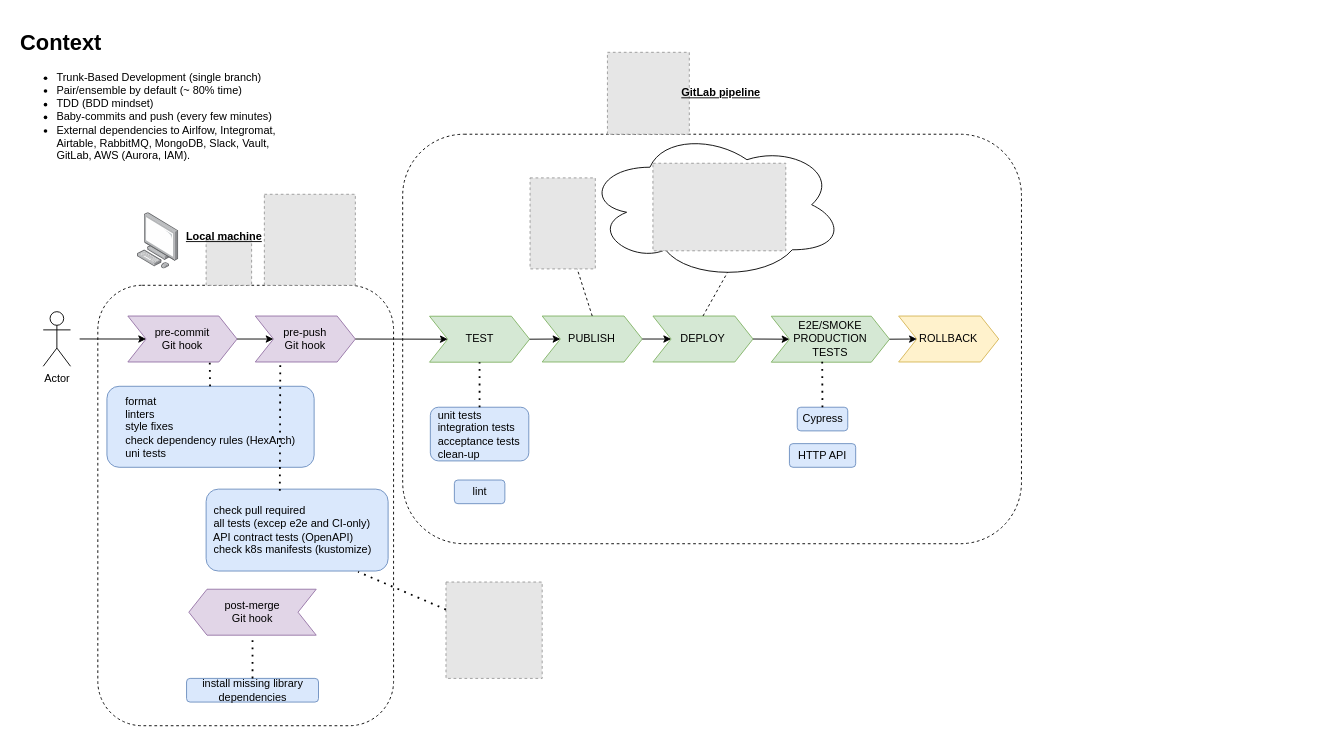
islomar/my-notes keeps this draw.io diagram as page "Habitissimo" (2 of 2) of talk-master-urjc-continuous-deployment/Charla URJC Despliegue Continuo.drawio. Above is the earlier version. Source tidied: cells renumbered, new cells numbered last; positions are measured from the earlier drawing's top-left corner, leaving out a move shared by most shapes. Both pictures are drawn from the tidied source at 91%, with x=0, y=0 at pixel (15, 25). Pictures stored in the file or linked from it are replaced by grey dashed boxes.
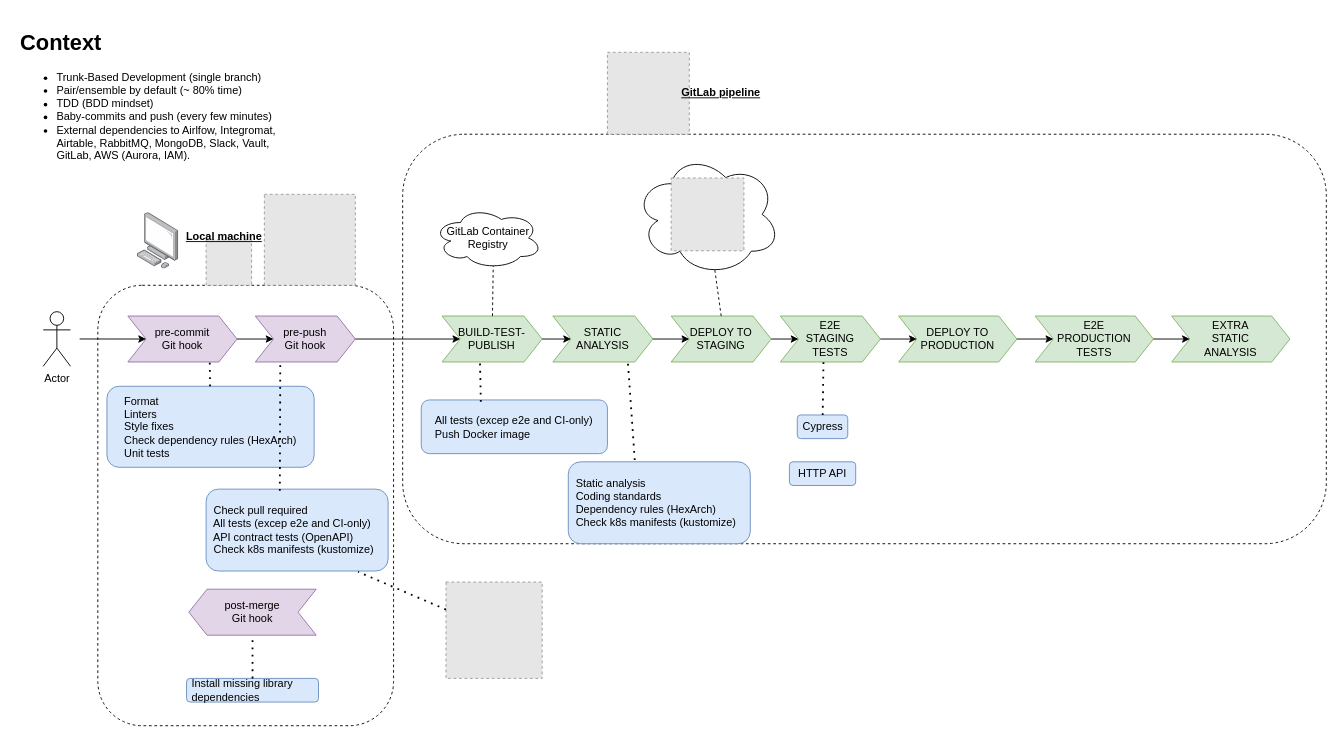
The same diagram, later.

Change to the diagram source:
```diff
@@
     <mxCell id="3" style="rounded=1;whiteSpace=wrap;html=1;dashed=1;" parent="1" vertex="1">
-      <mxGeometry x="425" y="120" width="680" height="450" as="geometry" />
+      <mxGeometry x="425" y="120" width="1015" height="450" as="geometry" />
     </mxCell>
@@
-    <mxCell id="10" style="fillColor=#E6E6E6;strokeColor=#999999;dashed=1;verticalLabelPosition=bottom;labelBackgroundColor=default;verticalAlign=top;" parent="1" vertex="1">
-      <mxGeometry x="565" y="168" width="71.7" height="100" as="geometry" />
-    </mxCell>
@@
-    <mxCell id="13" value="TEST" style="shape=step;perimeter=stepPerimeter;whiteSpace=wrap;html=1;fixedSize=1;fillColor=#d5e8d4;strokeColor=#82b366;" parent="1" vertex="1">
-      <mxGeometry x="454.5" y="320" width="110" height="50.5" as="geometry" />
+    <mxCell id="13" value="BUILD-TEST-PUBLISH" style="shape=step;perimeter=stepPerimeter;whiteSpace=wrap;html=1;fixedSize=1;fillColor=#d5e8d4;strokeColor=#82b366;" parent="1" vertex="1">
+      <mxGeometry x="468.3" y="319.8" width="110" height="50.5" as="geometry" />
     </mxCell>
-    <mxCell id="14" value="PUBLISH" style="shape=step;perimeter=stepPerimeter;whiteSpace=wrap;html=1;fixedSize=1;fillColor=#d5e8d4;strokeColor=#82b366;" parent="1" vertex="1">
-      <mxGeometry x="578.3" y="319.8" width="110" height="50.5" as="geometry" />
+    <mxCell id="14" value="STATIC &lt;br&gt;ANALYSIS" style="shape=step;perimeter=stepPerimeter;whiteSpace=wrap;html=1;fixedSize=1;fillColor=#d5e8d4;strokeColor=#82b366;" parent="1" vertex="1">
+      <mxGeometry x="590" y="319.8" width="110" height="50.5" as="geometry" />
     </mxCell>
-    <mxCell id="15" value="DEPLOY" style="shape=step;perimeter=stepPerimeter;whiteSpace=wrap;html=1;fixedSize=1;fillColor=#d5e8d4;strokeColor=#82b366;" parent="1" vertex="1">
-      <mxGeometry x="700" y="319.8" width="110" height="50.5" as="geometry" />
+    <mxCell id="15" value="DEPLOY TO&lt;br&gt;STAGING" style="shape=step;perimeter=stepPerimeter;whiteSpace=wrap;html=1;fixedSize=1;fillColor=#d5e8d4;strokeColor=#82b366;" parent="1" vertex="1">
+      <mxGeometry x="720" y="319.8" width="110" height="50.5" as="geometry" />
     </mxCell>
-    <mxCell id="16" value="E2E/SMOKE&lt;br&gt;PRODUCTION&lt;br&gt;TESTS" style="shape=step;perimeter=stepPerimeter;whiteSpace=wrap;html=1;fixedSize=1;fillColor=#d5e8d4;strokeColor=#82b366;" parent="1" vertex="1">
-      <mxGeometry x="830" y="320" width="130" height="50.5" as="geometry" />
+    <mxCell id="16" value="E2E&lt;br&gt;STAGING&lt;br&gt;TESTS" style="shape=step;perimeter=stepPerimeter;whiteSpace=wrap;html=1;fixedSize=1;fillColor=#d5e8d4;strokeColor=#82b366;" parent="1" vertex="1">
+      <mxGeometry x="840" y="319.8" width="110" height="50.5" as="geometry" />
     </mxCell>
-    <mxCell id="17" value="ROLLBACK" style="shape=step;perimeter=stepPerimeter;whiteSpace=wrap;html=1;fixedSize=1;fillColor=#fff2cc;strokeColor=#d6b656;" parent="1" vertex="1">
-      <mxGeometry x="970" y="319.8" width="110" height="50.5" as="geometry" />
+    <mxCell id="17" value="DEPLOY TO&lt;br&gt;PRODUCTION" style="shape=step;perimeter=stepPerimeter;whiteSpace=wrap;html=1;fixedSize=1;fillColor=#d5e8d4;strokeColor=#82b366;" parent="1" vertex="1">
+      <mxGeometry x="970" y="319.8" width="130" height="50.5" as="geometry" />
     </mxCell>
-    <mxCell id="18" value="&lt;div style=&quot;text-align: left;&quot;&gt;&lt;span style=&quot;background-color: initial;&quot;&gt;unit tests&lt;/span&gt;&lt;br&gt;&lt;/div&gt;&lt;div style=&quot;text-align: left;&quot;&gt;&lt;span style=&quot;background-color: initial;&quot;&gt;integration tests&lt;/span&gt;&lt;/div&gt;&lt;div style=&quot;text-align: left;&quot;&gt;&lt;span style=&quot;background-color: initial;&quot;&gt;acceptance tests&lt;/span&gt;&lt;/div&gt;&lt;div style=&quot;text-align: left;&quot;&gt;&lt;span style=&quot;background-color: initial;&quot;&gt;clean-up&lt;/span&gt;&lt;/div&gt;" style="rounded=1;whiteSpace=wrap;html=1;fillColor=#dae8fc;strokeColor=#6c8ebf;" parent="1" vertex="1">
-      <mxGeometry x="455.4" y="420" width="108.2" height="59" as="geometry" />
+    <mxCell id="18" value="&lt;div style=&quot;text-align: left;&quot;&gt;All tests (excep e2e and CI-only)&lt;br&gt;&lt;/div&gt;&lt;div style=&quot;text-align: left;&quot;&gt;Push Docker image&lt;/div&gt;" style="rounded=1;whiteSpace=wrap;html=1;fillColor=#dae8fc;strokeColor=#6c8ebf;" parent="1" vertex="1">
+      <mxGeometry x="445.4" y="412" width="204.6" height="59" as="geometry" />
     </mxCell>
-    <mxCell id="19" value="lint" style="rounded=1;whiteSpace=wrap;html=1;fillColor=#dae8fc;strokeColor=#6c8ebf;" parent="1" vertex="1">
-      <mxGeometry x="481.8" y="500" width="55.5" height="26" as="geometry" />
-    </mxCell>
@@
     <mxCell id="24" value="Cypress" style="rounded=1;whiteSpace=wrap;html=1;fillColor=#dae8fc;strokeColor=#6c8ebf;" parent="1" vertex="1">
-      <mxGeometry x="858.6" y="420" width="55.5" height="26" as="geometry" />
+      <mxGeometry x="858.6" y="428.5" width="55.5" height="26" as="geometry" />
     </mxCell>
     <mxCell id="25" value="HTTP API" style="rounded=1;whiteSpace=wrap;html=1;fillColor=#dae8fc;strokeColor=#6c8ebf;" parent="1" vertex="1">
-      <mxGeometry x="850" y="460" width="72.8" height="26" as="geometry" />
+      <mxGeometry x="850" y="480" width="72.8" height="26" as="geometry" />
     </mxCell>
     <mxCell id="26" style="ellipse;shape=cloud;whiteSpace=wrap;html=1;fillColor=none;" parent="1" vertex="1">
-      <mxGeometry x="625.6" y="115" width="284.4" height="165" as="geometry" />
+      <mxGeometry x="680" y="140.6" width="160" height="135" as="geometry" />
     </mxCell>
@@
-    <mxCell id="28" style="endArrow=none;dashed=1;html=1;rounded=0;exitX=0.5;exitY=0;exitDx=0;exitDy=0;" parent="1" edge="1" source="14" target="10">
+    <mxCell id="28" style="endArrow=none;dashed=1;html=1;rounded=0;entryX=0.55;entryY=0.95;entryDx=0;entryDy=0;entryPerimeter=0;" parent="1" edge="1" source="13" target="47">
       <mxGeometry relative="1" as="geometry" />
     </mxCell>
@@
-    <mxCell id="31" value="&lt;div style=&quot;text-align: left;&quot;&gt;&lt;span style=&quot;background-color: initial;&quot;&gt;format&lt;/span&gt;&lt;br&gt;&lt;span style=&quot;background-color: initial;&quot;&gt;linters&lt;/span&gt;&lt;br&gt;&lt;span style=&quot;background-color: initial;&quot;&gt;style fixes&lt;/span&gt;&lt;br&gt;check dependency rules (HexArch)&lt;br&gt;&lt;span style=&quot;background-color: initial;&quot;&gt;uni tests&lt;/span&gt;&lt;br&gt;&lt;/div&gt;" style="rounded=1;whiteSpace=wrap;html=1;fillColor=#dae8fc;strokeColor=#6c8ebf;" parent="1" vertex="1">
+    <mxCell id="31" value="&lt;div style=&quot;text-align: left;&quot;&gt;&lt;span style=&quot;background-color: initial;&quot;&gt;Format&lt;/span&gt;&lt;br&gt;&lt;span style=&quot;background-color: initial;&quot;&gt;Linters&lt;/span&gt;&lt;br&gt;&lt;span style=&quot;background-color: initial;&quot;&gt;Style fixes&lt;/span&gt;&lt;br&gt;Check dependency rules (HexArch)&lt;br&gt;&lt;span style=&quot;background-color: initial;&quot;&gt;Unit tests&lt;/span&gt;&lt;br&gt;&lt;/div&gt;" style="rounded=1;whiteSpace=wrap;html=1;fillColor=#dae8fc;strokeColor=#6c8ebf;" parent="1" vertex="1">
       <mxGeometry x="100" y="397" width="227.7" height="89" as="geometry" />
     </mxCell>
-    <mxCell id="32" value="&lt;blockquote style=&quot;margin: 0 0 0 40px; border: none; padding: 0px;&quot;&gt;&lt;/blockquote&gt;&lt;span style=&quot;background-color: initial;&quot;&gt;&amp;nbsp; check pull required&lt;br&gt;&lt;/span&gt;&amp;nbsp; all tests (excep e2e and CI-only)&lt;br&gt;&lt;span style=&quot;background-color: initial;&quot;&gt;&amp;nbsp; API contract tests (OpenAPI)&lt;/span&gt;&lt;br&gt;&lt;span style=&quot;background-color: initial;&quot;&gt;&amp;nbsp; check k8s manifests (kustomize)&lt;/span&gt;&lt;br&gt;&lt;blockquote style=&quot;margin: 0 0 0 40px; border: none; padding: 0px;&quot;&gt;&lt;/blockquote&gt;" style="rounded=1;whiteSpace=wrap;html=1;fillColor=#dae8fc;strokeColor=#6c8ebf;align=left;" parent="1" vertex="1">
+    <mxCell id="32" value="&lt;blockquote style=&quot;margin: 0 0 0 40px; border: none; padding: 0px;&quot;&gt;&lt;/blockquote&gt;&lt;span style=&quot;background-color: initial;&quot;&gt;&amp;nbsp; Check pull required&lt;br&gt;&lt;/span&gt;&amp;nbsp; All tests (excep e2e and CI-only)&lt;br&gt;&lt;span style=&quot;background-color: initial;&quot;&gt;&amp;nbsp; API contract tests (OpenAPI)&lt;/span&gt;&lt;br&gt;&lt;span style=&quot;background-color: initial;&quot;&gt;&amp;nbsp; Check k8s manifests (kustomize)&lt;/span&gt;&lt;br&gt;&lt;blockquote style=&quot;margin: 0 0 0 40px; border: none; padding: 0px;&quot;&gt;&lt;/blockquote&gt;" style="rounded=1;whiteSpace=wrap;html=1;fillColor=#dae8fc;strokeColor=#6c8ebf;align=left;" parent="1" vertex="1">
       <mxGeometry x="209" y="510" width="200" height="90" as="geometry" />
     </mxCell>
@@
-    <mxCell id="35" style="endArrow=none;dashed=1;html=1;dashPattern=1 3;strokeWidth=2;rounded=0;entryX=0.5;entryY=1;entryDx=0;entryDy=0;exitX=0.5;exitY=0;exitDx=0;exitDy=0;" parent="1" edge="1" source="18" target="13">
+    <mxCell id="35" style="endArrow=none;dashed=1;html=1;dashPattern=1 3;strokeWidth=2;rounded=0;entryX=0.379;entryY=1.015;entryDx=0;entryDy=0;exitX=0.32;exitY=0.034;exitDx=0;exitDy=0;exitPerimeter=0;entryPerimeter=0;" parent="1" edge="1" source="18" target="13">
       <mxGeometry relative="1" as="geometry" />
     </mxCell>
@@
-    <mxCell id="37" style="fillColor=#E6E6E6;strokeColor=#999999;dashed=1;verticalLabelPosition=bottom;labelBackgroundColor=default;verticalAlign=top;" parent="1" vertex="1">
-      <mxGeometry x="700" y="151.9" width="146" height="96.2" as="geometry" />
-    </mxCell>
@@
-    <mxCell id="41" value="install missing library dependencies" style="rounded=1;whiteSpace=wrap;html=1;fillColor=#dae8fc;strokeColor=#6c8ebf;" parent="1" vertex="1">
+    <mxCell id="41" value="&amp;nbsp;Install missing library&amp;nbsp; &amp;nbsp;dependencies" style="rounded=1;whiteSpace=wrap;html=1;fillColor=#dae8fc;strokeColor=#6c8ebf;align=left;" parent="1" vertex="1">
       <mxGeometry x="187.5" y="718" width="145" height="26" as="geometry" />
     </mxCell>
@@
+    <mxCell id="46" style="fillColor=#E6E6E6;strokeColor=#999999;dashed=1;verticalLabelPosition=bottom;labelBackgroundColor=default;verticalAlign=top;" parent="1" vertex="1">
+      <mxGeometry x="720" y="168.1" width="80" height="80" as="geometry" />
+    </mxCell>
+    <mxCell id="47" value="GitLab Container Registry" style="ellipse;shape=cloud;whiteSpace=wrap;html=1;fillColor=none;" parent="1" vertex="1">
+      <mxGeometry x="458.8" y="200" width="119.5" height="68" as="geometry" />
+    </mxCell>
+    <mxCell id="48" value="&lt;blockquote style=&quot;margin: 0 0 0 40px; border: none; padding: 0px;&quot;&gt;&lt;/blockquote&gt;&lt;span style=&quot;background-color: initial;&quot;&gt;&amp;nbsp; Static analysis&lt;br&gt;&amp;nbsp; Coding standards&lt;br&gt;&amp;nbsp; Dependency rules (HexArch)&lt;/span&gt;&lt;br&gt;&lt;span style=&quot;background-color: initial;&quot;&gt;&amp;nbsp; Check k8s manifests (kustomize)&lt;/span&gt;&lt;br&gt;&lt;blockquote style=&quot;margin: 0 0 0 40px; border: none; padding: 0px;&quot;&gt;&lt;/blockquote&gt;" style="rounded=1;whiteSpace=wrap;html=1;fillColor=#dae8fc;strokeColor=#6c8ebf;align=left;" parent="1" vertex="1">
+      <mxGeometry x="607" y="480" width="200" height="90" as="geometry" />
+    </mxCell>
+    <mxCell id="49" style="endArrow=none;dashed=1;html=1;dashPattern=1 3;strokeWidth=2;rounded=0;exitX=0.365;exitY=-0.022;exitDx=0;exitDy=0;exitPerimeter=0;entryX=0.75;entryY=1;entryDx=0;entryDy=0;" parent="1" edge="1" source="48" target="14">
+      <mxGeometry relative="1" as="geometry" />
+    </mxCell>
+    <mxCell id="50" value="E2E&lt;br&gt;PRODUCTION&lt;br&gt;TESTS" style="shape=step;perimeter=stepPerimeter;whiteSpace=wrap;html=1;fixedSize=1;fillColor=#d5e8d4;strokeColor=#82b366;" parent="1" vertex="1">
+      <mxGeometry x="1120" y="319.8" width="130" height="50.5" as="geometry" />
+    </mxCell>
+    <mxCell id="51" value="EXTRA&lt;br&gt;STATIC&lt;br&gt;ANALYSIS" style="shape=step;perimeter=stepPerimeter;whiteSpace=wrap;html=1;fixedSize=1;fillColor=#d5e8d4;strokeColor=#82b366;" parent="1" vertex="1">
+      <mxGeometry x="1270" y="319.8" width="130" height="50.5" as="geometry" />
+    </mxCell>
+    <mxCell id="52" style="endArrow=classic;html=1;rounded=0;entryX=0;entryY=0.5;entryDx=0;entryDy=0;" parent="1" edge="1" source="17" target="50">
+      <mxGeometry relative="1" as="geometry" />
+    </mxCell>
+    <mxCell id="53" style="endArrow=classic;html=1;rounded=0;entryX=0;entryY=0.5;entryDx=0;entryDy=0;exitX=1;exitY=0.5;exitDx=0;exitDy=0;" parent="1" edge="1" source="50" target="51">
+      <mxGeometry relative="1" as="geometry" />
+    </mxCell>
```
